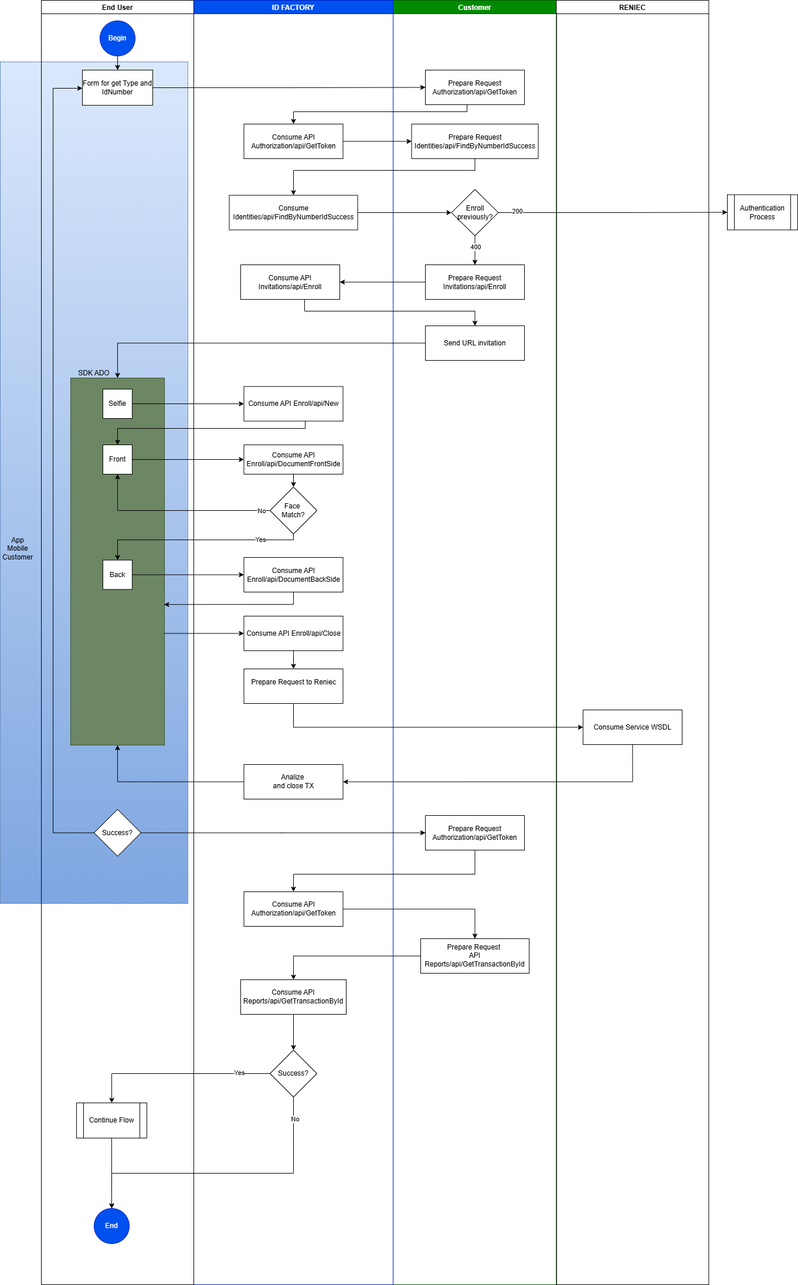
Above: V2/imgs/FlujoGeneralEnrollEcuador.png in A3-Enterprise/A3.Frontend.Documentations (draw.io), before the change. Source tidied: cells renumbered, new cells last; positions are measured from the earlier drawing's top-left corner, leaving out a move shared by most shapes.
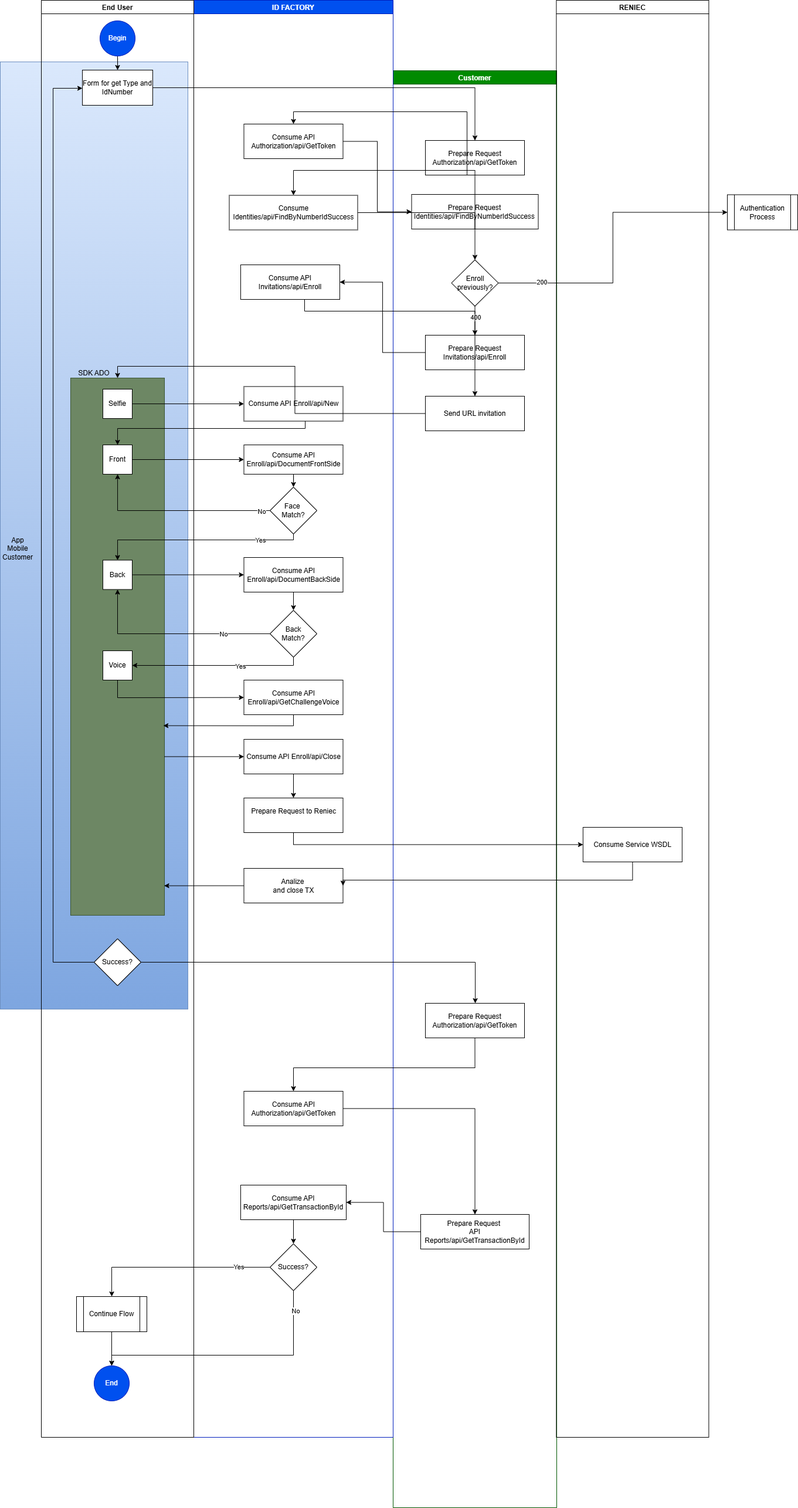
Later version of the same file.

Diff of the diagram source:
```diff
@@ -3,13 +3,13 @@
     <mxCell id="0" />
     <mxCell id="1" parent="0" />
     <mxCell id="2" style="rounded=0;whiteSpace=wrap;html=1;fillColor=#dae8fc;gradientColor=#7ea6e0;strokeColor=#6c8ebf;" parent="1" vertex="1">
-      <mxGeometry y="105" width="320" height="1435" as="geometry" />
+      <mxGeometry y="105" width="320" height="1615" as="geometry" />
     </mxCell>
     <mxCell id="3" style="rounded=0;whiteSpace=wrap;html=1;align=left;fillColor=#6d8764;fontColor=#ffffff;strokeColor=#3A5431;" parent="1" vertex="1">
-      <mxGeometry x="120" y="644" width="160" height="626" as="geometry" />
+      <mxGeometry x="120" y="644" width="160" height="916" as="geometry" />
     </mxCell>
     <mxCell id="4" value="Customer" style="swimlane;fillColor=#008a00;fontColor=#ffffff;strokeColor=#005700;" parent="1" vertex="1">
-      <mxGeometry x="670" width="279" height="2190" as="geometry" />
+      <mxGeometry x="670" y="120" width="279" height="2450" as="geometry" />
     </mxCell>
     <mxCell id="5" value="Prepare Request Identities/api/FindByNumberIdSuccess" style="rounded=0;whiteSpace=wrap;html=1;" parent="4" vertex="1">
       <mxGeometry x="31.5" y="211" width="216" height="59" as="geometry" />
@@ -33,34 +33,34 @@
       <mxGeometry x="55" y="119" width="169" height="59" as="geometry" />
     </mxCell>
     <mxCell id="12" value="Prepare Request Authorization/api/GetToken" style="rounded=0;whiteSpace=wrap;html=1;" parent="4" vertex="1">
-      <mxGeometry x="55" y="1390" width="169" height="59" as="geometry" />
+      <mxGeometry x="55" y="1590" width="169" height="59" as="geometry" />
     </mxCell>
     <mxCell id="13" value="Prepare Request&amp;nbsp;&lt;div&gt;API Reports/api/GetTransactionById&lt;/div&gt;" style="rounded=0;whiteSpace=wrap;html=1;" parent="4" vertex="1">
-      <mxGeometry x="47" y="1600" width="185" height="59" as="geometry" />
+      <mxGeometry x="47" y="1950" width="185" height="59" as="geometry" />
     </mxCell>
     <mxCell id="14" value="ID FACTORY" style="swimlane;startSize=23;fillColor=#0050ef;fontColor=#ffffff;strokeColor=#001DBC;" parent="1" vertex="1">
-      <mxGeometry x="330" width="340" height="2190" as="geometry" />
+      <mxGeometry x="330" width="340" height="2450" as="geometry" />
     </mxCell>
     <mxCell id="15" value="Consume API Authorization/api/GetToken" style="rounded=0;whiteSpace=wrap;html=1;" parent="14" vertex="1">
       <mxGeometry x="85.5" y="211" width="169" height="59" as="geometry" />
     </mxCell>
     <mxCell id="16" value="Prepare Request to Reniec&lt;div&gt;&lt;br&gt;&lt;/div&gt;" style="rounded=0;whiteSpace=wrap;html=1;" parent="14" vertex="1">
-      <mxGeometry x="85.5" y="1140" width="169" height="59" as="geometry" />
+      <mxGeometry x="85.5" y="1360" width="169" height="59" as="geometry" />
     </mxCell>
     <mxCell id="17" value="Consume API Reports/api/GetTransactionById" style="rounded=0;whiteSpace=wrap;html=1;" parent="14" vertex="1">
-      <mxGeometry x="80" y="1670" width="180" height="59" as="geometry" />
+      <mxGeometry x="80" y="2020" width="180" height="59" as="geometry" />
     </mxCell>
     <mxCell id="18" style="edgeStyle=orthogonalEdgeStyle;rounded=0;jettySize=auto;html=1;entryX=0.5;entryY=0;entryDx=0;entryDy=0;" parent="14" edge="1" source="17" target="30">
       <mxGeometry relative="1" as="geometry" />
     </mxCell>
     <mxCell id="19" value="Consume API Authorization/api/GetToken" style="rounded=0;whiteSpace=wrap;html=1;" parent="14" vertex="1">
-      <mxGeometry x="85.5" y="1520" width="169" height="59" as="geometry" />
+      <mxGeometry x="85.5" y="1860" width="169" height="59" as="geometry" />
     </mxCell>
     <mxCell id="20" value="Analize&amp;nbsp;&lt;div&gt;and close TX&lt;/div&gt;" style="rounded=0;whiteSpace=wrap;html=1;" parent="14" vertex="1">
-      <mxGeometry x="85.5" y="1303" width="169" height="59" as="geometry" />
+      <mxGeometry x="85.5" y="1480" width="169" height="59" as="geometry" />
     </mxCell>
     <mxCell id="21" value="Consume API Enroll/api/Close" style="rounded=0;whiteSpace=wrap;html=1;" parent="14" vertex="1">
-      <mxGeometry x="85.5" y="1050" width="169" height="59" as="geometry" />
+      <mxGeometry x="85.5" y="1260" width="169" height="59" as="geometry" />
     </mxCell>
     <mxCell id="22" style="edgeStyle=orthogonalEdgeStyle;rounded=0;jettySize=auto;html=1;entryX=0.5;entryY=0;entryDx=0;entryDy=0;" parent="14" edge="1" source="21" target="16">
       <mxGeometry relative="1" as="geometry" />
@@ -87,10 +87,19 @@
       <mxGeometry x="85.5" y="950" width="169" height="59" as="geometry" />
     </mxCell>
     <mxCell id="30" value="Success?" style="rhombus;whiteSpace=wrap;html=1;" parent="14" vertex="1">
-      <mxGeometry x="130" y="1790" width="80" height="80" as="geometry" />
+      <mxGeometry x="130" y="2120" width="80" height="80" as="geometry" />
     </mxCell>
+    <mxCell id="79" value="Back&lt;div&gt;Match?&lt;/div&gt;" style="rhombus;whiteSpace=wrap;html=1;" parent="14" vertex="1">
+      <mxGeometry x="130" y="1040" width="80" height="80" as="geometry" />
+    </mxCell>
+    <mxCell id="80" style="endArrow=classic;html=1;rounded=0;" parent="14" edge="1" source="29" target="79">
+      <mxGeometry relative="1" as="geometry" />
+    </mxCell>
+    <mxCell id="81" value="Consume API Enroll/api/GetChallengeVoice" style="rounded=0;whiteSpace=wrap;html=1;" parent="14" vertex="1">
+      <mxGeometry x="85.5" y="1159" width="169" height="59" as="geometry" />
+    </mxCell>
     <mxCell id="31" value="End User" style="swimlane;" parent="1" vertex="1">
-      <mxGeometry x="70" width="260" height="2190" as="geometry" />
+      <mxGeometry x="70" width="260" height="2450" as="geometry" />
     </mxCell>
     <mxCell id="32" style="edgeStyle=orthogonalEdgeStyle;rounded=0;jettySize=auto;html=1;entryX=0.5;entryY=0;entryDx=0;entryDy=0;" parent="31" edge="1" source="33" target="34">
       <mxGeometry relative="1" as="geometry" />
@@ -108,13 +117,14 @@
       <mxGeometry x="105" y="954.5" width="50" height="50" as="geometry" />
     </mxCell>
     <mxCell id="37" value="Success?" style="rhombus;whiteSpace=wrap;html=1;" parent="31" vertex="1">
-      <mxGeometry x="90" y="1379.5" width="80" height="80" as="geometry" />
+      <mxGeometry x="90" y="1600" width="80" height="80" as="geometry" />
     </mxCell>
     <mxCell id="38" style="edgeStyle=orthogonalEdgeStyle;rounded=0;jettySize=auto;html=1;entryX=0;entryY=0.5;entryDx=0;entryDy=0;" parent="31" edge="1" source="37" target="34">
       <mxGeometry relative="1" as="geometry">
         <Array as="points">
-          <mxPoint x="20" y="1420" />
+          <mxPoint x="20" y="1640" />
           <mxPoint x="20" y="150" />
+          <mxPoint x="70" y="150" />
         </Array>
       </mxGeometry>
     </mxCell>
@@ -122,10 +132,10 @@
       <mxGeometry x="60" y="621" width="60" height="30" as="geometry" />
     </mxCell>
     <mxCell id="40" value="Continue Flow" style="shape=process;whiteSpace=wrap;html=1;backgroundOutline=1;" parent="31" vertex="1">
-      <mxGeometry x="60" y="1880" width="120" height="60" as="geometry" />
+      <mxGeometry x="60" y="2210" width="120" height="60" as="geometry" />
     </mxCell>
     <mxCell id="41" value="End" style="ellipse;whiteSpace=wrap;html=1;fillColor=#0050ef;fontColor=#ffffff;strokeColor=#001DBC;" parent="31" vertex="1">
-      <mxGeometry x="90" y="2060" width="60" height="60" as="geometry" />
+      <mxGeometry x="90" y="2328" width="60" height="60" as="geometry" />
     </mxCell>
     <mxCell id="42" style="edgeStyle=orthogonalEdgeStyle;rounded=0;jettySize=auto;html=1;entryX=0.5;entryY=0;entryDx=0;entryDy=0;" parent="31" edge="1" source="40" target="41">
       <mxGeometry relative="1" as="geometry" />
@@ -133,6 +143,9 @@
     <mxCell id="43" value="Front" style="whiteSpace=wrap;html=1;" parent="31" vertex="1">
       <mxGeometry x="105" y="758" width="50" height="50" as="geometry" />
     </mxCell>
+    <mxCell id="82" value="Voice" style="whiteSpace=wrap;html=1;" parent="31" vertex="1">
+      <mxGeometry x="105" y="1109" width="50" height="50" as="geometry" />
+    </mxCell>
     <mxCell id="44" style="edgeStyle=orthogonalEdgeStyle;rounded=0;jettySize=auto;html=1;" parent="1" edge="1" source="34" target="11">
       <mxGeometry relative="1" as="geometry" />
     </mxCell>
@@ -148,10 +161,10 @@
       </mxGeometry>
     </mxCell>
     <mxCell id="47" value="RENIEC" style="swimlane;" parent="1" vertex="1">
-      <mxGeometry x="948.4" width="260" height="2190" as="geometry" />
+      <mxGeometry x="948.4" width="260" height="2450" as="geometry" />
     </mxCell>
     <mxCell id="48" value="Consume Service WSDL" style="rounded=0;whiteSpace=wrap;html=1;" parent="47" vertex="1">
-      <mxGeometry x="45.5" y="1210" width="169" height="59" as="geometry" />
+      <mxGeometry x="45.5" y="1410" width="169" height="59" as="geometry" />
     </mxCell>
     <mxCell id="49" style="edgeStyle=orthogonalEdgeStyle;rounded=0;jettySize=auto;html=1;entryX=0;entryY=0.5;entryDx=0;entryDy=0;exitX=1;exitY=0.5;exitDx=0;exitDy=0;" parent="1" edge="1" source="8" target="51">
       <mxGeometry relative="1" as="geometry" />
@@ -167,7 +180,7 @@
     <mxCell id="52" style="edgeStyle=orthogonalEdgeStyle;rounded=0;jettySize=auto;html=1;entryX=1;entryY=0.5;entryDx=0;entryDy=0;exitX=0.5;exitY=1;exitDx=0;exitDy=0;" parent="1" edge="1" source="48" target="20">
       <mxGeometry relative="1" as="geometry">
         <Array as="points">
-          <mxPoint x="1078" y="1333" />
+          <mxPoint x="1078" y="1500" />
         </Array>
       </mxGeometry>
     </mxCell>
@@ -178,11 +191,10 @@
         </Array>
       </mxGeometry>
     </mxCell>
-    <mxCell id="54" style="edgeStyle=orthogonalEdgeStyle;rounded=0;jettySize=auto;html=1;exitX=1;exitY=0.5;exitDx=0;exitDy=0;entryX=0;entryY=0.5;entryDx=0;entryDy=0;" parent="1" edge="1" source="37" target="12">
+    <mxCell id="54" style="edgeStyle=orthogonalEdgeStyle;rounded=0;jettySize=auto;html=1;exitX=1;exitY=0.5;exitDx=0;exitDy=0;" parent="1" edge="1" source="37" target="12">
       <mxGeometry relative="1" as="geometry">
         <Array as="points">
-          <mxPoint x="480" y="1420" />
-          <mxPoint x="480" y="1420" />
+          <mxPoint x="810" y="1640" />
         </Array>
       </mxGeometry>
     </mxCell>
@@ -248,17 +260,6 @@
     <mxCell id="66" style="edgeStyle=orthogonalEdgeStyle;rounded=0;jettySize=auto;html=1;entryX=0;entryY=0.5;entryDx=0;entryDy=0;" parent="1" edge="1" source="36" target="29">
       <mxGeometry relative="1" as="geometry" />
     </mxCell>
-    <mxCell id="67" style="edgeStyle=orthogonalEdgeStyle;rounded=0;jettySize=auto;html=1;exitX=0.5;exitY=1;exitDx=0;exitDy=0;entryX=0.996;entryY=0.617;entryDx=0;entryDy=0;entryPerimeter=0;" parent="1" edge="1" source="29" target="3">
-      <mxGeometry relative="1" as="geometry">
-        <Array as="points">
-          <mxPoint x="494" y="1030" />
-          <mxPoint x="320" y="1030" />
-        </Array>
-      </mxGeometry>
-    </mxCell>
-    <mxCell id="68" style="edgeStyle=orthogonalEdgeStyle;rounded=0;jettySize=auto;html=1;exitX=0;exitY=0.5;exitDx=0;exitDy=0;entryX=0.5;entryY=1;entryDx=0;entryDy=0;" parent="1" edge="1" source="20" target="3">
-      <mxGeometry relative="1" as="geometry" />
-    </mxCell>
     <mxCell id="69" value="App Mobile Customer" style="text;html=1;align=center;verticalAlign=middle;whiteSpace=wrap;rounded=0;" parent="1" vertex="1">
       <mxGeometry y="920" width="60" height="30" as="geometry" />
     </mxCell>
@@ -268,8 +269,8 @@
     <mxCell id="71" style="edgeStyle=orthogonalEdgeStyle;rounded=0;jettySize=auto;html=1;exitX=0.5;exitY=1;exitDx=0;exitDy=0;entryX=0.5;entryY=0;entryDx=0;entryDy=0;" parent="1" edge="1" source="12" target="19">
       <mxGeometry relative="1" as="geometry">
         <Array as="points">
-          <mxPoint x="810" y="1490" />
-          <mxPoint x="500" y="1490" />
+          <mxPoint x="810" y="1820" />
+          <mxPoint x="500" y="1820" />
         </Array>
       </mxGeometry>
     </mxCell>
@@ -283,7 +284,11 @@
       <mxGeometry relative="1" as="geometry" />
     </mxCell>
     <mxCell id="75" style="edgeStyle=orthogonalEdgeStyle;rounded=0;jettySize=auto;html=1;" parent="1" edge="1" source="30" target="40">
-      <mxGeometry relative="1" as="geometry" />
+      <mxGeometry relative="1" as="geometry">
+        <Array as="points">
+          <mxPoint x="190" y="2160" />
+        </Array>
+      </mxGeometry>
     </mxCell>
     <mxCell id="76" value="Yes" style="edgeLabel;html=1;align=center;verticalAlign=middle;" parent="75" vertex="1">
       <mxGeometry x="-0.97" y="-1" relative="1" as="geometry">
@@ -293,8 +298,8 @@
     <mxCell id="77" style="edgeStyle=orthogonalEdgeStyle;rounded=0;jettySize=auto;html=1;entryX=0.5;entryY=0;entryDx=0;entryDy=0;exitX=0.5;exitY=1;exitDx=0;exitDy=0;" parent="1" edge="1" source="30" target="41">
       <mxGeometry relative="1" as="geometry">
         <Array as="points">
-          <mxPoint x="500" y="2000" />
-          <mxPoint x="190" y="2000" />
+          <mxPoint x="500" y="2310" />
+          <mxPoint x="190" y="2310" />
         </Array>
       </mxGeometry>
     </mxCell>
@@ -303,5 +308,42 @@
         <mxPoint y="18" as="offset" />
       </mxGeometry>
     </mxCell>
+    <mxCell id="83" style="endArrow=classic;html=1;rounded=0;exitX=0.5;exitY=1;exitDx=0;exitDy=0;" parent="1" edge="1" source="79" target="82">
+      <mxGeometry relative="1" as="geometry">
+        <Array as="points">
+          <mxPoint x="500" y="1134" />
+        </Array>
+      </mxGeometry>
+    </mxCell>
+    <mxCell id="84" value="Yes" style="edgeLabel;html=1;align=center;verticalAlign=middle;" parent="83" vertex="1">
+      <mxGeometry x="-0.28" y="1" relative="1" as="geometry" />
+    </mxCell>
+    <mxCell id="85" style="endArrow=classic;html=1;rounded=0;" parent="1" edge="1" source="82" target="81">
+      <mxGeometry relative="1" as="geometry">
+        <Array as="points">
+          <mxPoint x="200" y="1189" />
+        </Array>
+      </mxGeometry>
+    </mxCell>
+    <mxCell id="68" style="endArrow=classic;html=1;rounded=0;entryX=0.997;entryY=0.945;entryDx=0;entryDy=0;entryPerimeter=0;" parent="1" edge="1" source="20" target="3">
+      <mxGeometry relative="1" as="geometry" />
+    </mxCell>
+    <mxCell id="86" style="endArrow=classic;html=1;rounded=0;entryX=0.988;entryY=0.647;entryDx=0;entryDy=0;entryPerimeter=0;" parent="1" edge="1" source="81" target="3">
+      <mxGeometry relative="1" as="geometry">
+        <Array as="points">
+          <mxPoint x="500" y="1237" />
+        </Array>
+      </mxGeometry>
+    </mxCell>
+    <mxCell id="87" style="endArrow=classic;html=1;rounded=0;" parent="1" edge="1" source="79" target="36">
+      <mxGeometry relative="1" as="geometry">
+        <Array as="points">
+          <mxPoint x="200" y="1080" />
+        </Array>
+      </mxGeometry>
+    </mxCell>
+    <mxCell id="88" value="No" style="edgeLabel;html=1;align=center;verticalAlign=middle;" parent="87" vertex="1">
+      <mxGeometry x="-0.52" relative="1" as="geometry" />
+    </mxCell>
   </root>
 </mxGraphModel>
```
